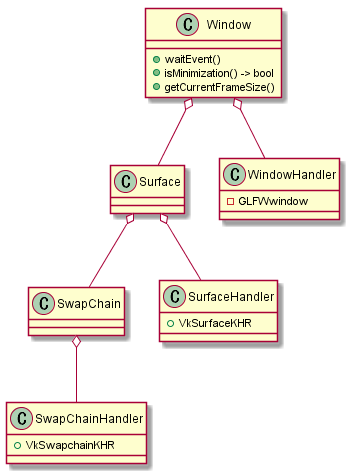
Above: doc/diagrams/out/Wasabi/window/window.png in takowasaby/vulkan_game (PlantUML), before the change.
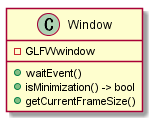
After the commit.

Change to the diagram source:
```diff
@@ -1,34 +1,10 @@
 @startuml window
 
 class Window {
+    - GLFWwindow
     + waitEvent()
     + isMinimization() -> bool
     + getCurrentFrameSize()
 }
 
-class Surface {
-}
-
-class SwapChain {
-}
-
-class WindowHandler {
-    - GLFWwindow
-}
-
-class SurfaceHandler {
-    + VkSurfaceKHR
-}
-
-class SwapChainHandler {
-    + VkSwapchainKHR
-}
-
-Window o-- Surface
-Surface o-- SwapChain
-
-Window o-- WindowHandler
-Surface o-- SurfaceHandler
-SwapChain o-- SwapChainHandler
-
 @enduml
```
